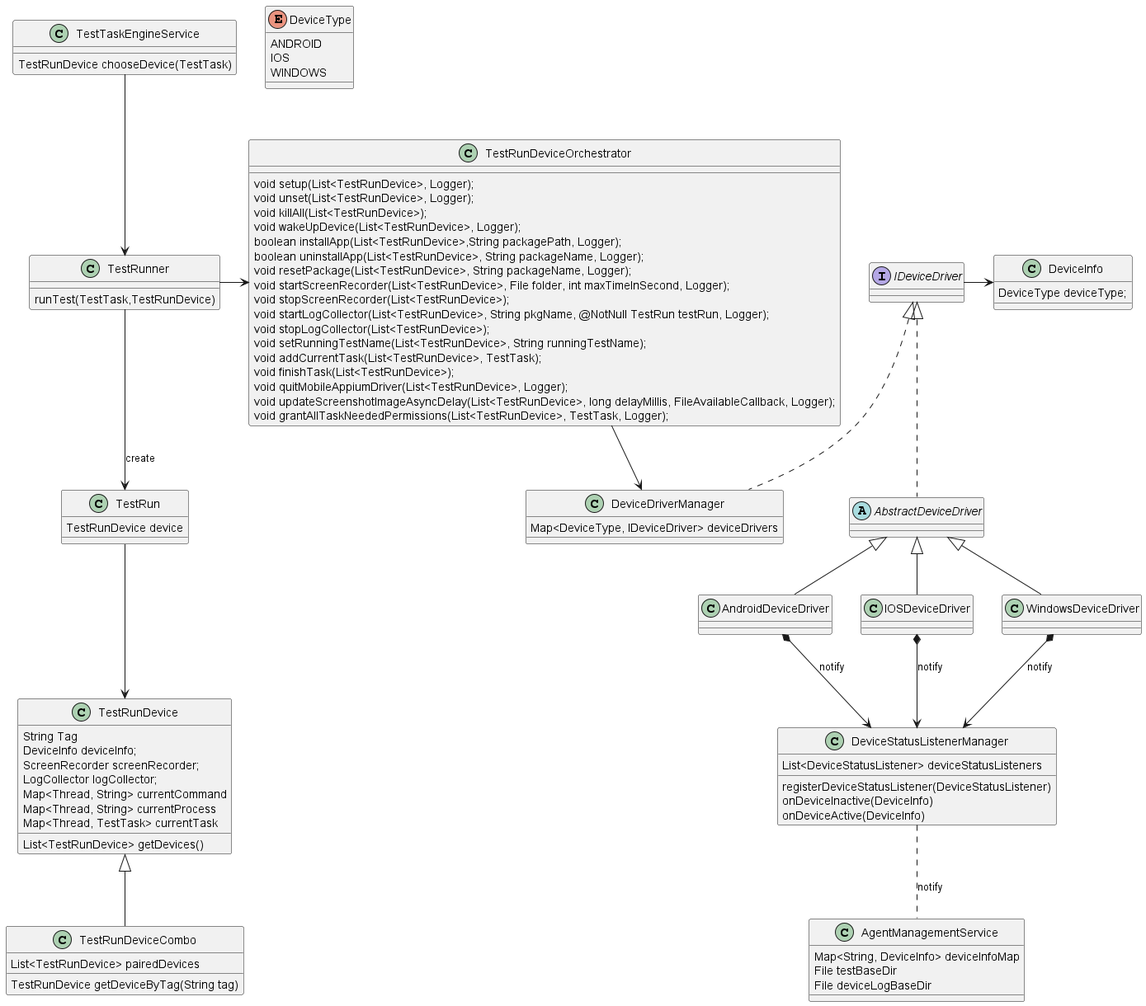
microsoft/HydraLab keeps this PlantUML diagram as docs/images/UML/agent_device_management_design.png. Above is the earlier version.
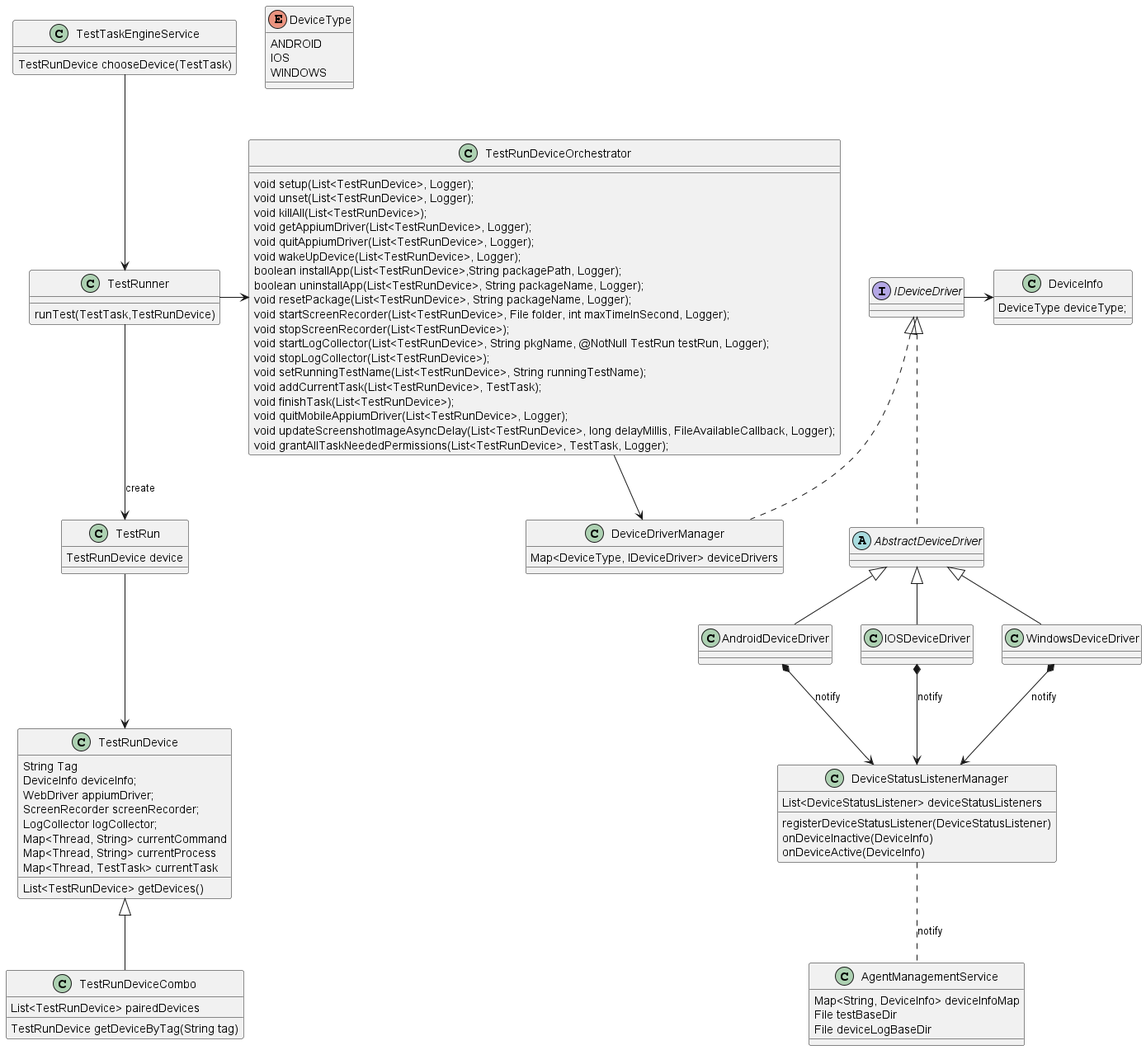
The same diagram one commit later.

What changed in the source:
```diff
@@ -31,6 +31,8 @@
     void setup(List<TestRunDevice>, Logger);
     void unset(List<TestRunDevice>, Logger);
     void killAll(List<TestRunDevice>);
+    void getAppiumDriver(List<TestRunDevice>, Logger);
+    void quitAppiumDriver(List<TestRunDevice>, Logger);
     void wakeUpDevice(List<TestRunDevice>, Logger);
     boolean installApp(List<TestRunDevice>,String packagePath, Logger);
     boolean uninstallApp(List<TestRunDevice>, String packageName, Logger);
@@ -51,6 +53,7 @@
 class TestRunDevice{
     String Tag
     DeviceInfo deviceInfo;
+    WebDriver appiumDriver;
     ScreenRecorder screenRecorder;
     LogCollector logCollector;
     Map<Thread, String> currentCommand
```
